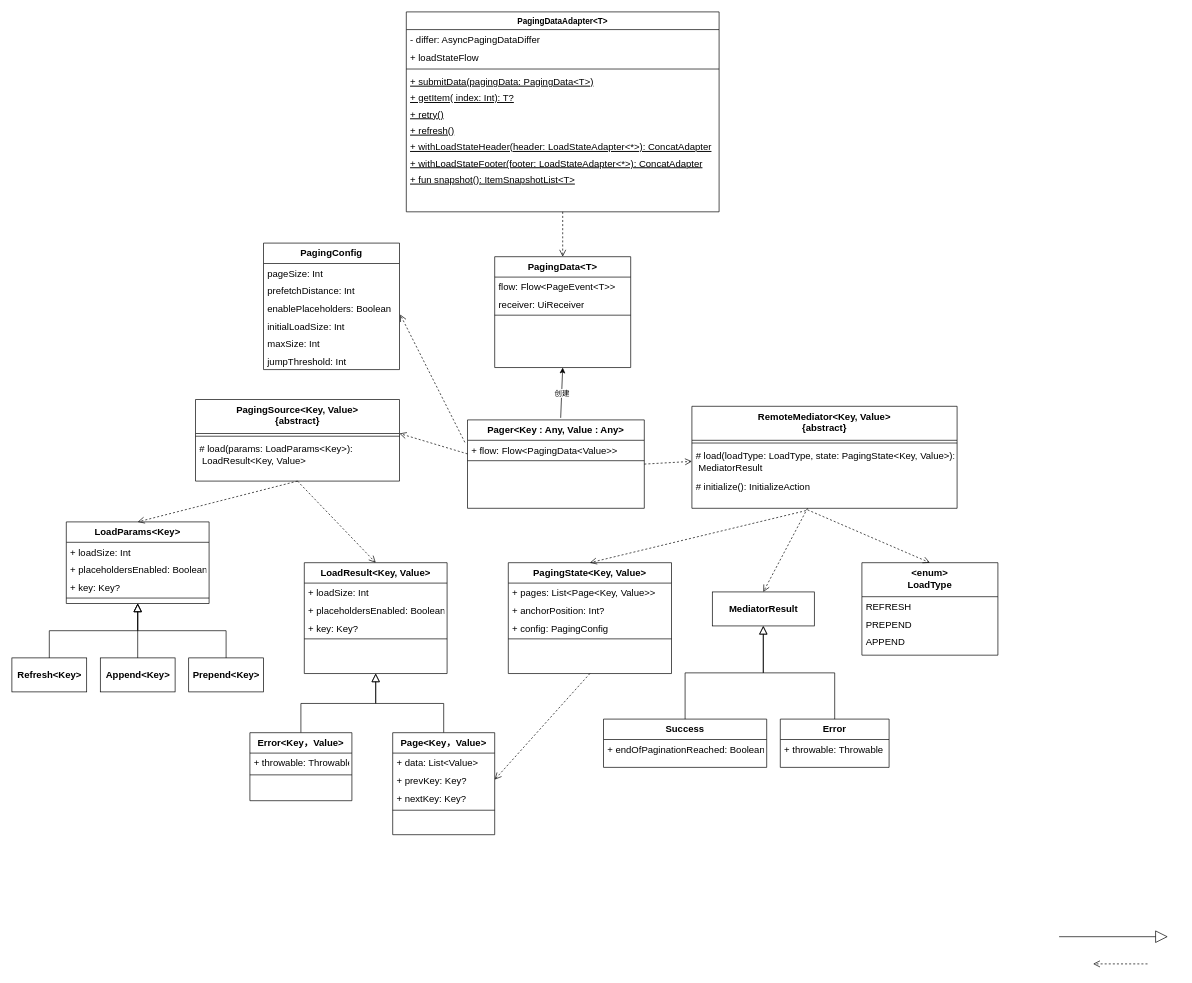
EricHyh/KtDemoCollection keeps this draw.io diagram as paging3demo/paging.drawio. Above is the earlier version. Source tidied: cells renumbered, new cells numbered last; positions are measured from the earlier drawing's top-left corner, leaving out a move shared by most shapes. Both pictures are drawn from the tidied source at 68%, with x=0, y=0 at pixel (12, 12).
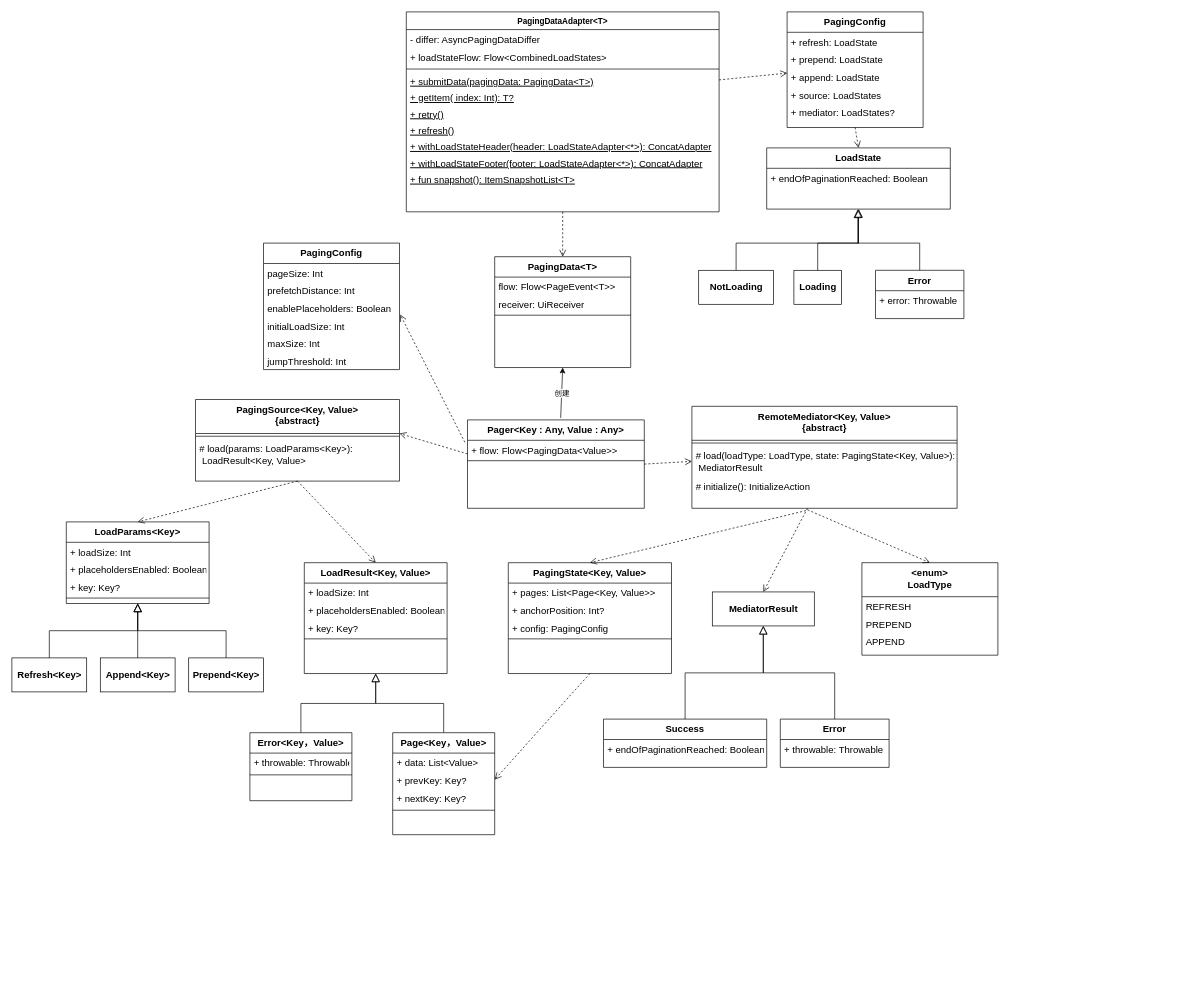
Above is the later version.

The change refers to these unchanged cells:
```xml
<mxCell id="2" value="PagingDataAdapter&lt;T&gt;" style="swimlane;fontStyle=1;align=center;verticalAlign=top;horizontal=1;startSize=26;rounded=0;shadow=0;strokeWidth=1;" parent="1" vertex="1">
  <mxGeometry x="580" width="460" height="294" as="geometry" />
</mxCell>
<mxCell id="6" value="+ submitData(pagingData: PagingData&lt;T&gt;)" style="text;align=left;verticalAlign=top;spacingLeft=4;spacingRight=4;overflow=hidden;points=[[0,0.5],[1,0.5]];portConstraint=eastwest;fontStyle=4;fontSize=14;" parent="2" vertex="1">
  <mxGeometry y="88" width="460" height="24" as="geometry" />
</mxCell>
```

What changed in the source:
```diff
@@
-    <mxCell id="4" value="+ loadStateFlow" style="text;align=left;verticalAlign=top;spacingLeft=4;spacingRight=4;overflow=hidden;rounded=0;shadow=0;html=0;fontSize=14;" parent="2" vertex="1">
+    <mxCell id="4" value="+ loadStateFlow: Flow&lt;CombinedLoadStates&gt;" style="text;align=left;verticalAlign=top;spacingLeft=4;spacingRight=4;overflow=hidden;rounded=0;shadow=0;html=0;fontSize=14;" parent="2" vertex="1">
       <mxGeometry y="52" width="460" height="28" as="geometry" />
     </mxCell>
@@
-    <mxCell id="46" style="html=1;verticalAlign=bottom;endArrow=open;dashed=1;endSize=8;" parent="1" edge="1">
-      <mxGeometry relative="1" as="geometry">
-        <mxPoint x="1670" y="1400" as="sourcePoint" />
-        <mxPoint x="1590" y="1400" as="targetPoint" />
-      </mxGeometry>
-    </mxCell>
@@
-    <mxCell id="51" style="endArrow=block;endSize=16;endFill=0;html=1;" parent="1" edge="1">
-      <mxGeometry x="-0.12" y="-30" relative="1" as="geometry">
-        <mxPoint x="1540" y="1360" as="sourcePoint" />
-        <mxPoint x="1700" y="1360" as="targetPoint" />
-        <mxPoint x="-1" as="offset" />
-      </mxGeometry>
-    </mxCell>
@@
+    <mxCell id="91" value="LoadState" style="swimlane;fontStyle=1;align=center;verticalAlign=top;horizontal=1;startSize=30;rounded=0;shadow=0;strokeWidth=1;fontSize=14;" parent="1" vertex="1">
+      <mxGeometry x="1110" y="200" width="270" height="90" as="geometry" />
+    </mxCell>
+    <mxCell id="92" value="+ endOfPaginationReached: Boolean" style="text;align=left;verticalAlign=top;spacingLeft=4;spacingRight=4;overflow=hidden;points=[[0,0.5],[1,0.5]];portConstraint=eastwest;fontSize=14;" parent="91" vertex="1">
+      <mxGeometry y="30" width="270" height="60" as="geometry" />
+    </mxCell>
+    <mxCell id="93" value="PagingConfig" style="swimlane;fontStyle=1;align=center;verticalAlign=top;horizontal=1;startSize=30;rounded=0;shadow=0;strokeWidth=1;fontSize=14;" parent="1" vertex="1">
+      <mxGeometry x="1140" width="200" height="170" as="geometry" />
+    </mxCell>
+    <mxCell id="94" value="+ refresh: LoadState" style="text;align=left;verticalAlign=top;spacingLeft=4;spacingRight=4;overflow=hidden;fontSize=14;" parent="93" vertex="1">
+      <mxGeometry y="30" width="200" height="26" as="geometry" />
+    </mxCell>
+    <mxCell id="95" value="+ prepend: LoadState" style="text;align=left;verticalAlign=top;spacingLeft=4;spacingRight=4;overflow=hidden;rounded=0;shadow=0;html=0;fontSize=14;" parent="93" vertex="1">
+      <mxGeometry y="56" width="200" height="26" as="geometry" />
+    </mxCell>
+    <mxCell id="96" value="+ append: LoadState" style="text;align=left;verticalAlign=top;spacingLeft=4;spacingRight=4;overflow=hidden;points=[[0,0.5],[1,0.5]];portConstraint=eastwest;rounded=0;shadow=0;html=0;fontSize=14;" parent="93" vertex="1">
+      <mxGeometry y="82" width="200" height="26" as="geometry" />
+    </mxCell>
+    <mxCell id="97" value="+ source: LoadStates" style="text;align=left;verticalAlign=top;spacingLeft=4;spacingRight=4;overflow=hidden;rounded=0;shadow=0;html=0;fontSize=14;" parent="93" vertex="1">
+      <mxGeometry y="108" width="200" height="26" as="geometry" />
+    </mxCell>
+    <mxCell id="98" value="+ mediator: LoadStates?" style="text;align=left;verticalAlign=top;spacingLeft=4;spacingRight=4;overflow=hidden;rounded=0;shadow=0;html=0;fontSize=14;" parent="93" vertex="1">
+      <mxGeometry y="134" width="200" height="26" as="geometry" />
+    </mxCell>
+    <mxCell id="99" value="&lt;span style=&quot;font-size: 14px ; font-weight: 700&quot;&gt;NotLoading&lt;/span&gt;" style="html=1;" parent="1" vertex="1">
+      <mxGeometry x="1010" y="380" width="110" height="50" as="geometry" />
+    </mxCell>
+    <mxCell id="100" value="Error" style="swimlane;fontStyle=1;align=center;verticalAlign=top;horizontal=1;startSize=30;rounded=0;shadow=0;strokeWidth=1;fontSize=14;" parent="1" vertex="1">
+      <mxGeometry x="1270" y="380" width="130" height="71" as="geometry" />
+    </mxCell>
+    <mxCell id="101" value="+ error: Throwable" style="text;align=left;verticalAlign=top;spacingLeft=4;spacingRight=4;overflow=hidden;fontSize=14;" parent="100" vertex="1">
+      <mxGeometry y="30" width="130" height="26" as="geometry" />
+    </mxCell>
+    <mxCell id="102" value="&lt;span style=&quot;font-size: 14px ; font-weight: 700&quot;&gt;Loading&lt;/span&gt;" style="html=1;" parent="1" vertex="1">
+      <mxGeometry x="1150" y="380" width="70" height="50" as="geometry" />
+    </mxCell>
+    <mxCell id="103" style="endArrow=block;endSize=10;endFill=0;shadow=0;strokeWidth=1;rounded=0;edgeStyle=elbowEdgeStyle;elbow=vertical;entryX=0.5;entryY=1;entryDx=0;entryDy=0;exitX=0.5;exitY=0;exitDx=0;exitDy=0;" parent="1" edge="1" source="99" target="91">
+      <mxGeometry relative="1" as="geometry">
+        <Array as="points">
+          <mxPoint x="1080" y="340" />
+          <mxPoint x="1060" y="370" />
+        </Array>
+      </mxGeometry>
+    </mxCell>
+    <mxCell id="104" style="endArrow=block;endSize=10;endFill=0;shadow=0;strokeWidth=1;rounded=0;edgeStyle=elbowEdgeStyle;elbow=vertical;entryX=0.5;entryY=1;entryDx=0;entryDy=0;exitX=0.5;exitY=0;exitDx=0;exitDy=0;" parent="1" edge="1" source="102" target="91">
+      <mxGeometry relative="1" as="geometry">
+        <Array as="points">
+          <mxPoint x="1200" y="340" />
+          <mxPoint x="1170" y="370" />
+          <mxPoint x="1310" y="310" />
+        </Array>
+      </mxGeometry>
+    </mxCell>
+    <mxCell id="105" style="endArrow=block;endSize=10;endFill=0;shadow=0;strokeWidth=1;rounded=0;edgeStyle=elbowEdgeStyle;elbow=vertical;entryX=0.496;entryY=1.009;entryDx=0;entryDy=0;exitX=0.5;exitY=0;exitDx=0;exitDy=0;entryPerimeter=0;" parent="1" edge="1" source="100" target="92">
+      <mxGeometry relative="1" as="geometry">
+        <Array as="points">
+          <mxPoint x="1290" y="340" />
+          <mxPoint x="1340" y="370" />
+          <mxPoint x="1180" y="380" />
+          <mxPoint x="1320" y="320" />
+        </Array>
+      </mxGeometry>
+    </mxCell>
+    <mxCell id="106" style="html=1;verticalAlign=bottom;endArrow=open;dashed=1;endSize=8;exitX=1;exitY=0.5;exitDx=0;exitDy=0;entryX=0.001;entryY=0.308;entryDx=0;entryDy=0;entryPerimeter=0;" parent="1" edge="1" source="6" target="96">
+      <mxGeometry relative="1" as="geometry" />
+    </mxCell>
+    <mxCell id="107" style="html=1;verticalAlign=bottom;endArrow=open;dashed=1;endSize=8;exitX=0.5;exitY=1;exitDx=0;exitDy=0;entryX=0.5;entryY=0;entryDx=0;entryDy=0;" parent="1" edge="1" source="93" target="91">
+      <mxGeometry relative="1" as="geometry" />
+    </mxCell>
```
